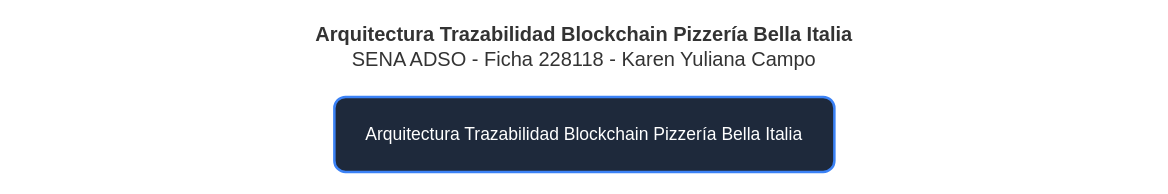
Earlier version of the draw.io diagram PET-030_GA8-220501096-AA2-EV05_Texto_Argumentativo_Blockchain/diagramas/arquitectura_trazabilidad_blockchain_pizzeria.drawio (kyulianacampogutierrez-ux/Evidencias). Source tidied: cells renumbered, new cells numbered last; positions are measured from the earlier drawing's top-left corner, leaving out a move shared by most shapes. Both pictures are drawn from the tidied source at 125%, with x=0, y=0 at pixel (21, 21).
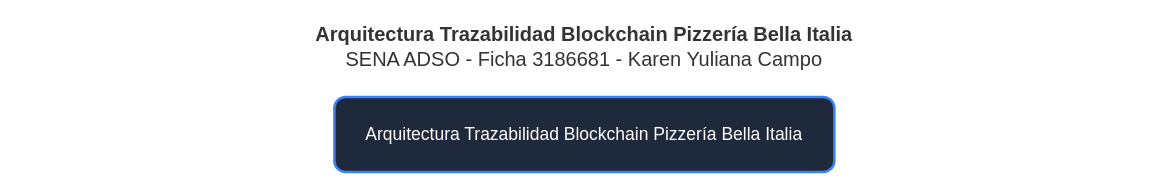
After the change.

Diff of the diagram source:
```diff
@@
 <mxGraphModel>
   <root>
     <mxCell id="0" />
     <mxCell id="1" parent="0" />
-    <mxCell id="2" value="&lt;b&gt;Arquitectura Trazabilidad Blockchain Pizzería Bella Italia&lt;/b&gt;&lt;br&gt;SENA ADSO - Ficha 228118 - Karen Yuliana Campo" style="text;html=1;strokeColor=none;fillColor=none;align=center;verticalAlign=middle;whiteSpace=wrap;rounded=0;fontSize=16;fontColor=#333333;" parent="1" vertex="1">
+    <mxCell id="2" value="&lt;b&gt;Arquitectura Trazabilidad Blockchain Pizzería Bella Italia&lt;/b&gt;&lt;br&gt;SENA ADSO - Ficha 3186681 - Karen Yuliana Campo" style="text;html=1;strokeColor=none;fillColor=none;align=center;verticalAlign=middle;whiteSpace=wrap;rounded=0;fontSize=16;fontColor=#333333;" parent="1" vertex="1">
       <mxGeometry width="900" height="40" as="geometry" />
     </mxCell>
     <mxCell id="3" value="Arquitectura Trazabilidad Blockchain Pizzería Bella Italia" style="rounded=1;whiteSpace=wrap;html=1;fillColor=#1e293b;strokeColor=#3b82f6;strokeWidth=2;fontColor=#ffffff;fontSize=14;" parent="1" vertex="1">
       <mxGeometry x="250" y="60" width="400" height="60" as="geometry" />
     </mxCell>
   </root>
 </mxGraphModel>
```
